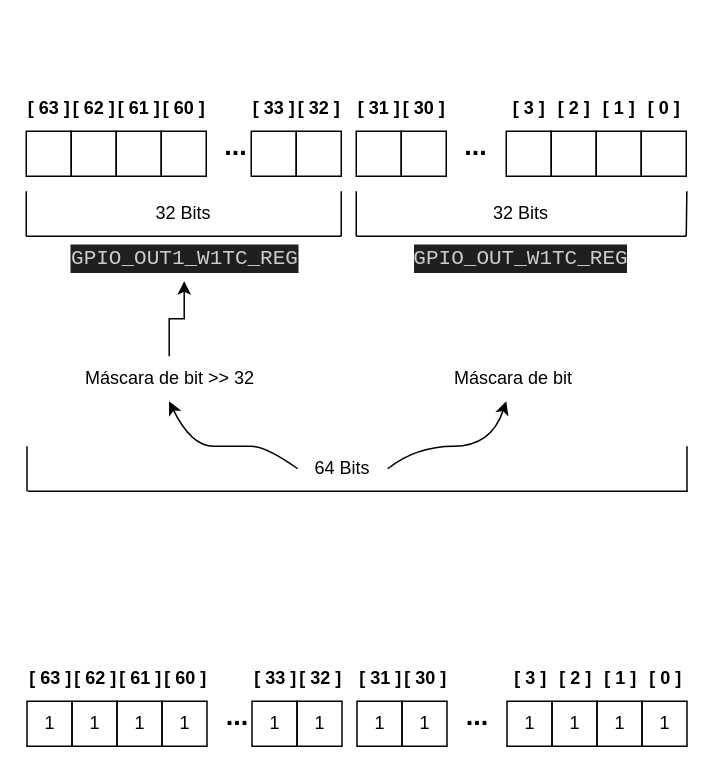
GABRIELLUIZMARTINS/DrawIO keeps this draw.io diagram as Fluxogramas/Set_GPIO.drawio. Above is the earlier version. Source tidied: cells renumbered, new cells numbered last; positions are measured from the earlier drawing's top-left corner, leaving out a move shared by most shapes. Both pictures are drawn from the tidied source at 150%, with x=0, y=0 at pixel (26, 86).
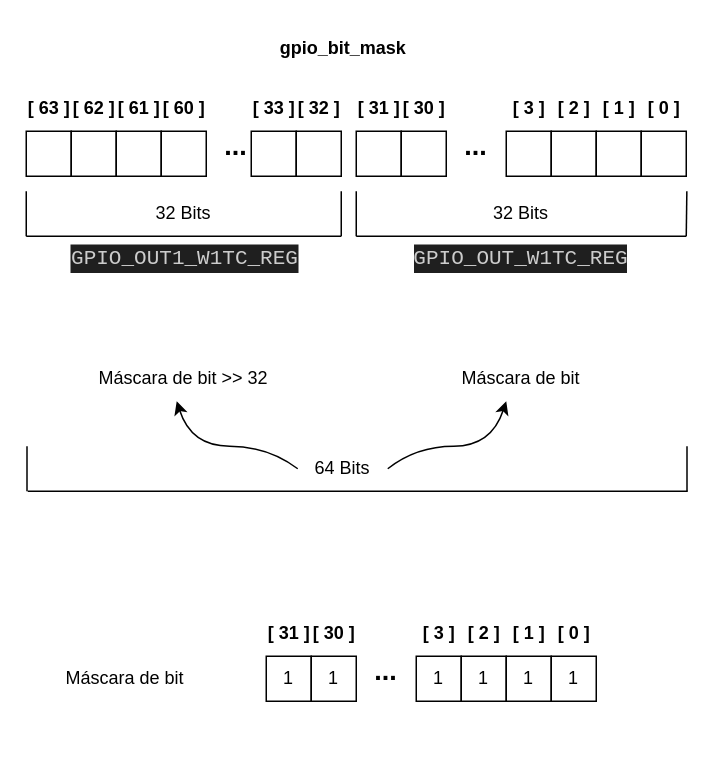
Above is the later version.

The change refers to these unchanged cells:
```xml
<mxCell id="39" value="64 Bits" style="text;html=1;align=center;verticalAlign=middle;whiteSpace=wrap;rounded=0;fontFamily=Helvetica;fontSize=12;fontColor=default;" parent="1" vertex="1">
  <mxGeometry x="181" y="240" width="60" height="30" as="geometry" />
</mxCell>
<mxCell id="67" value="&lt;div style=&quot;color: rgb(204, 204, 204); background-color: rgb(31, 31, 31); font-family: Consolas, &amp;quot;Courier New&amp;quot;, monospace; font-size: 14px; line-height: 19px; white-space: pre;&quot;&gt;GPIO_OUT1_W1TC_REG&lt;/div&gt;" style="text;html=1;align=center;verticalAlign=middle;whiteSpace=wrap;rounded=0;fontFamily=Helvetica;fontSize=12;fontColor=default;" parent="1" vertex="1">
  <mxGeometry x="0.5" y="100" width="209.5" height="30" as="geometry" />
</mxCell>
```

The edit, as a diff of the source:
```diff
@@
-    <mxCell id="40" value="1" style="rounded=0;whiteSpace=wrap;html=1;shadow=0;strokeColor=default;align=center;verticalAlign=middle;fontFamily=Helvetica;fontSize=12;fontColor=default;fillColor=none;" parent="1" vertex="1">
-      <mxGeometry x="0.5" y="410" width="30" height="30" as="geometry" />
-    </mxCell>
-    <mxCell id="41" value="[ 63 ]" style="text;strokeColor=none;fillColor=none;html=1;fontSize=12;fontStyle=1;verticalAlign=middle;align=center;fontFamily=Helvetica;fontColor=default;" parent="1" vertex="1">
-      <mxGeometry x="0.5" y="380" width="30" height="30" as="geometry" />
-    </mxCell>
-    <mxCell id="42" value="1" style="rounded=0;whiteSpace=wrap;html=1;shadow=0;strokeColor=default;align=center;verticalAlign=middle;fontFamily=Helvetica;fontSize=12;fontColor=default;fillColor=none;" parent="1" vertex="1">
-      <mxGeometry x="30.5" y="410" width="30" height="30" as="geometry" />
-    </mxCell>
-    <mxCell id="43" value="[ 62 ]" style="text;strokeColor=none;fillColor=none;html=1;fontSize=12;fontStyle=1;verticalAlign=middle;align=center;fontFamily=Helvetica;fontColor=default;" parent="1" vertex="1">
-      <mxGeometry x="30.5" y="380" width="30" height="30" as="geometry" />
-    </mxCell>
-    <mxCell id="44" value="1" style="rounded=0;whiteSpace=wrap;html=1;shadow=0;strokeColor=default;align=center;verticalAlign=middle;fontFamily=Helvetica;fontSize=12;fontColor=default;fillColor=none;" parent="1" vertex="1">
-      <mxGeometry x="60.5" y="410" width="30" height="30" as="geometry" />
-    </mxCell>
-    <mxCell id="45" value="[ 61 ]" style="text;strokeColor=none;fillColor=none;html=1;fontSize=12;fontStyle=1;verticalAlign=middle;align=center;fontFamily=Helvetica;fontColor=default;" parent="1" vertex="1">
-      <mxGeometry x="60.5" y="380" width="30" height="30" as="geometry" />
-    </mxCell>
-    <mxCell id="46" value="1" style="rounded=0;whiteSpace=wrap;html=1;shadow=0;strokeColor=default;align=center;verticalAlign=middle;fontFamily=Helvetica;fontSize=12;fontColor=default;fillColor=none;" parent="1" vertex="1">
-      <mxGeometry x="90.5" y="410" width="30" height="30" as="geometry" />
-    </mxCell>
-    <mxCell id="47" value="[ 60 ]" style="text;strokeColor=none;fillColor=none;html=1;fontSize=12;fontStyle=1;verticalAlign=middle;align=center;fontFamily=Helvetica;fontColor=default;" parent="1" vertex="1">
-      <mxGeometry x="90.5" y="380" width="30" height="30" as="geometry" />
-    </mxCell>
     <mxCell id="48" value="1" style="rounded=0;whiteSpace=wrap;html=1;shadow=0;strokeColor=default;align=center;verticalAlign=middle;fontFamily=Helvetica;fontSize=12;fontColor=default;fillColor=none;" parent="1" vertex="1">
-      <mxGeometry x="320.5" y="410" width="30" height="30" as="geometry" />
+      <mxGeometry x="260" y="380" width="30" height="30" as="geometry" />
     </mxCell>
     <mxCell id="49" value="[ 3 ]" style="text;strokeColor=none;fillColor=none;html=1;fontSize=12;fontStyle=1;verticalAlign=middle;align=center;fontFamily=Helvetica;fontColor=default;" parent="1" vertex="1">
-      <mxGeometry x="320.5" y="380" width="30" height="30" as="geometry" />
+      <mxGeometry x="260" y="350" width="30" height="30" as="geometry" />
     </mxCell>
     <mxCell id="50" value="1" style="rounded=0;whiteSpace=wrap;html=1;shadow=0;strokeColor=default;align=center;verticalAlign=middle;fontFamily=Helvetica;fontSize=12;fontColor=default;fillColor=none;" parent="1" vertex="1">
-      <mxGeometry x="350.5" y="410" width="30" height="30" as="geometry" />
+      <mxGeometry x="290" y="380" width="30" height="30" as="geometry" />
     </mxCell>
     <mxCell id="51" value="[ 2 ]" style="text;strokeColor=none;fillColor=none;html=1;fontSize=12;fontStyle=1;verticalAlign=middle;align=center;fontFamily=Helvetica;fontColor=default;" parent="1" vertex="1">
-      <mxGeometry x="350.5" y="380" width="30" height="30" as="geometry" />
+      <mxGeometry x="290" y="350" width="30" height="30" as="geometry" />
     </mxCell>
     <mxCell id="52" value="1" style="rounded=0;whiteSpace=wrap;html=1;shadow=0;strokeColor=default;align=center;verticalAlign=middle;fontFamily=Helvetica;fontSize=12;fontColor=default;fillColor=none;" parent="1" vertex="1">
-      <mxGeometry x="380.5" y="410" width="30" height="30" as="geometry" />
+      <mxGeometry x="320" y="380" width="30" height="30" as="geometry" />
     </mxCell>
     <mxCell id="53" value="[ 1 ]" style="text;strokeColor=none;fillColor=none;html=1;fontSize=12;fontStyle=1;verticalAlign=middle;align=center;fontFamily=Helvetica;fontColor=default;" parent="1" vertex="1">
-      <mxGeometry x="380.5" y="380" width="30" height="30" as="geometry" />
+      <mxGeometry x="320" y="350" width="30" height="30" as="geometry" />
     </mxCell>
     <mxCell id="54" value="1" style="rounded=0;whiteSpace=wrap;html=1;shadow=0;strokeColor=default;align=center;verticalAlign=middle;fontFamily=Helvetica;fontSize=12;fontColor=default;fillColor=none;" parent="1" vertex="1">
-      <mxGeometry x="410.5" y="410" width="30" height="30" as="geometry" />
+      <mxGeometry x="350" y="380" width="30" height="30" as="geometry" />
     </mxCell>
     <mxCell id="55" value="[ 0 ]" style="text;strokeColor=none;fillColor=none;html=1;fontSize=12;fontStyle=1;verticalAlign=middle;align=center;fontFamily=Helvetica;fontColor=default;" parent="1" vertex="1">
-      <mxGeometry x="410.5" y="380" width="30" height="30" as="geometry" />
+      <mxGeometry x="350" y="350" width="30" height="30" as="geometry" />
     </mxCell>
-    <mxCell id="56" value="1" style="rounded=0;whiteSpace=wrap;html=1;shadow=0;strokeColor=default;align=center;verticalAlign=middle;fontFamily=Helvetica;fontSize=12;fontColor=default;fillColor=none;" parent="1" vertex="1">
-      <mxGeometry x="150.5" y="410" width="30" height="30" as="geometry" />
-    </mxCell>
-    <mxCell id="57" value="[ 33 ]" style="text;strokeColor=none;fillColor=none;html=1;fontSize=12;fontStyle=1;verticalAlign=middle;align=center;fontFamily=Helvetica;fontColor=default;" parent="1" vertex="1">
-      <mxGeometry x="150.5" y="380" width="30" height="30" as="geometry" />
-    </mxCell>
-    <mxCell id="58" value="1" style="rounded=0;whiteSpace=wrap;html=1;shadow=0;strokeColor=default;align=center;verticalAlign=middle;fontFamily=Helvetica;fontSize=12;fontColor=default;fillColor=none;" parent="1" vertex="1">
-      <mxGeometry x="180.5" y="410" width="30" height="30" as="geometry" />
-    </mxCell>
-    <mxCell id="59" value="[ 32 ]" style="text;strokeColor=none;fillColor=none;html=1;fontSize=12;fontStyle=1;verticalAlign=middle;align=center;fontFamily=Helvetica;fontColor=default;" parent="1" vertex="1">
-      <mxGeometry x="180.5" y="380" width="30" height="30" as="geometry" />
-    </mxCell>
     <mxCell id="60" value="1" style="rounded=0;whiteSpace=wrap;html=1;shadow=0;strokeColor=default;align=center;verticalAlign=middle;fontFamily=Helvetica;fontSize=12;fontColor=default;fillColor=none;" parent="1" vertex="1">
-      <mxGeometry x="220.5" y="410" width="30" height="30" as="geometry" />
+      <mxGeometry x="160" y="380" width="30" height="30" as="geometry" />
     </mxCell>
     <mxCell id="61" value="[ 31 ]" style="text;strokeColor=none;fillColor=none;html=1;fontSize=12;fontStyle=1;verticalAlign=middle;align=center;fontFamily=Helvetica;fontColor=default;" parent="1" vertex="1">
-      <mxGeometry x="220.5" y="380" width="30" height="30" as="geometry" />
+      <mxGeometry x="160" y="350" width="30" height="30" as="geometry" />
     </mxCell>
     <mxCell id="62" value="1" style="rounded=0;whiteSpace=wrap;html=1;shadow=0;strokeColor=default;align=center;verticalAlign=middle;fontFamily=Helvetica;fontSize=12;fontColor=default;fillColor=none;" parent="1" vertex="1">
-      <mxGeometry x="250.5" y="410" width="30" height="30" as="geometry" />
+      <mxGeometry x="190" y="380" width="30" height="30" as="geometry" />
     </mxCell>
     <mxCell id="63" value="[ 30 ]" style="text;strokeColor=none;fillColor=none;html=1;fontSize=12;fontStyle=1;verticalAlign=middle;align=center;fontFamily=Helvetica;fontColor=default;" parent="1" vertex="1">
-      <mxGeometry x="250.5" y="380" width="30" height="30" as="geometry" />
+      <mxGeometry x="190" y="350" width="30" height="30" as="geometry" />
     </mxCell>
-    <mxCell id="64" value="&lt;b&gt;&lt;font style=&quot;font-size: 18px;&quot;&gt;...&lt;/font&gt;&lt;/b&gt;" style="text;html=1;align=center;verticalAlign=middle;whiteSpace=wrap;rounded=0;fontFamily=Helvetica;fontSize=12;fontColor=default;" parent="1" vertex="1">
-      <mxGeometry x="120.5" y="410" width="40" height="20" as="geometry" />
-    </mxCell>
     <mxCell id="65" value="&lt;b&gt;&lt;font style=&quot;font-size: 18px;&quot;&gt;...&lt;/font&gt;&lt;/b&gt;" style="text;html=1;align=center;verticalAlign=middle;whiteSpace=wrap;rounded=0;fontFamily=Helvetica;fontSize=12;fontColor=default;" parent="1" vertex="1">
-      <mxGeometry x="280.5" y="410" width="40" height="20" as="geometry" />
+      <mxGeometry x="220" y="380" width="40" height="20" as="geometry" />
     </mxCell>
@@
-    <mxCell id="68" style="edgeStyle=orthogonalEdgeStyle;rounded=0;jettySize=auto;html=1;fontFamily=Helvetica;fontSize=12;fontColor=default;" parent="1" edge="1" source="69" target="67">
-      <mxGeometry relative="1" as="geometry" />
-    </mxCell>
     <mxCell id="69" value="Máscara de bit &amp;gt;&amp;gt; 32" style="text;html=1;align=center;verticalAlign=middle;whiteSpace=wrap;rounded=0;fontFamily=Helvetica;fontSize=12;fontColor=default;" parent="1" vertex="1">
-      <mxGeometry x="30.5" y="180" width="129.5" height="30" as="geometry" />
+      <mxGeometry x="40.2" y="180" width="129.5" height="30" as="geometry" />
     </mxCell>
-    <mxCell id="70" style="curved=1;endArrow=classic;html=1;rounded=0;fontFamily=Helvetica;fontSize=12;fontColor=default;exitX=0;exitY=0.5;exitDx=0;exitDy=0;entryX=0.5;entryY=1;entryDx=0;entryDy=0;" parent="1" edge="1" source="39" target="69">
-      <mxGeometry relative="1" as="geometry">
-        <Array as="points">
-          <mxPoint x="160" y="240" />
-          <mxPoint x="140" y="240" />
-          <mxPoint x="110" y="240" />
-        </Array>
-      </mxGeometry>
-    </mxCell>
     <mxCell id="71" value="Máscara de bit" style="text;html=1;align=center;verticalAlign=middle;whiteSpace=wrap;rounded=0;fontFamily=Helvetica;fontSize=12;fontColor=default;" parent="1" vertex="1">
-      <mxGeometry x="260" y="180" width="129.5" height="30" as="geometry" />
+      <mxGeometry x="265.2" y="180" width="129.5" height="30" as="geometry" />
     </mxCell>
@@
+    <mxCell id="73" style="curved=1;endArrow=classic;html=1;rounded=0;fontFamily=Helvetica;fontSize=12;fontColor=default;entryX=0.458;entryY=1.035;entryDx=0;entryDy=0;entryPerimeter=0;exitX=0;exitY=0.5;exitDx=0;exitDy=0;" parent="1" edge="1" source="39">
+      <mxGeometry relative="1" as="geometry">
+        <mxPoint x="100.3" y="210" as="targetPoint" />
+        <Array as="points">
+          <mxPoint x="161" y="240" />
+          <mxPoint x="110" y="240" />
+        </Array>
+      </mxGeometry>
+    </mxCell>
+    <mxCell id="74" value="Máscara de bit" style="text;html=1;align=center;verticalAlign=middle;whiteSpace=wrap;rounded=0;fontFamily=Helvetica;fontSize=12;fontColor=default;" parent="1" vertex="1">
+      <mxGeometry x="0.5" y="380" width="129.5" height="30" as="geometry" />
+    </mxCell>
+    <mxCell id="75" value="&lt;b&gt;gpio_bit_mask&lt;/b&gt;" style="text;html=1;align=center;verticalAlign=middle;strokeColor=none;fillColor=none;fontFamily=Helvetica;fontSize=12;fontColor=default;" parent="1" vertex="1">
+      <mxGeometry x="156" y="-40" width="110" height="30" as="geometry" />
+    </mxCell>
```
